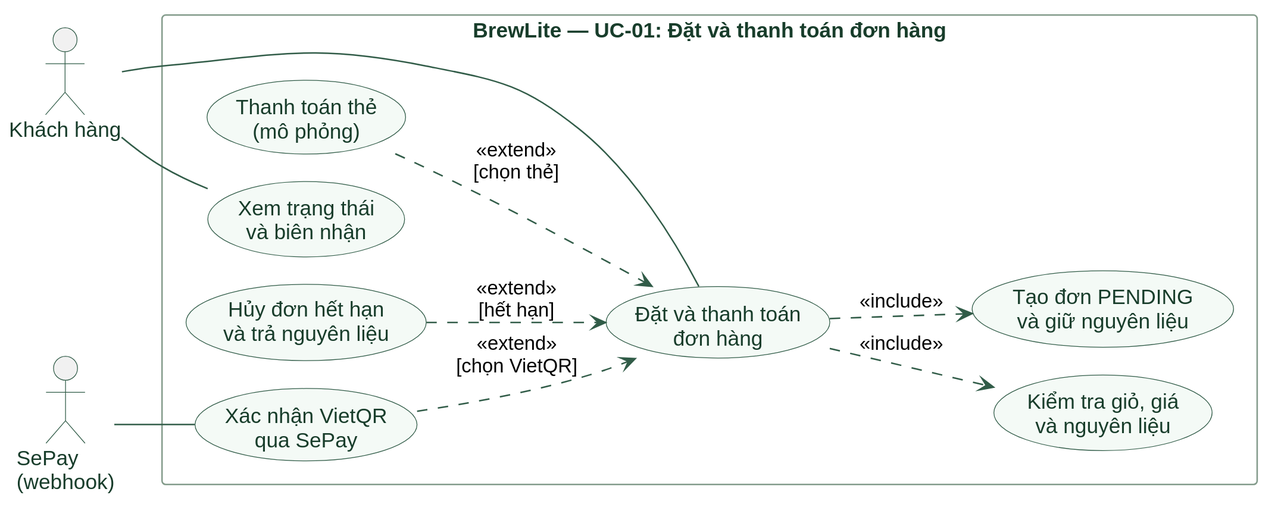
Earlier version of the PlantUML export docs/diagrams/uc01-order-checkout.svg (PhucTruong11/brewlite-assignment2). Source of this version:
```plantuml
@startuml
!pragma layout smetana
left to right direction
scale 1.8

skinparam backgroundColor white
skinparam shadowing false
skinparam defaultFontName Arial
skinparam ArrowColor #315C48
skinparam actor {
  FontColor #183D2B
  BorderColor #315C48
}
skinparam usecase {
  BackgroundColor #F4FAF6
  BorderColor #315C48
  FontColor #183D2B
}
skinparam rectangle {
  BackgroundColor white
  BorderColor #839B8B
  FontColor #183D2B
}

actor "Khách hàng" as Customer
actor "SePay\n(webhook)" as Sepay

rectangle "BrewLite — UC-01: Đặt và thanh toán đơn hàng" {
  usecase "Đặt và thanh toán\nđơn hàng" as UC
  usecase "Kiểm tra giỏ, giá\nvà nguyên liệu" as Validate
  usecase "Tạo đơn PENDING\nvà giữ nguyên liệu" as Create
  usecase "Thanh toán thẻ\n(mô phỏng)" as Card
  usecase "Xác nhận VietQR\nqua SePay" as QR
  usecase "Hủy đơn hết hạn\nvà trả nguyên liệu" as Expire
  usecase "Xem trạng thái\nvà biên nhận" as Receipt
}

Customer -- UC
Customer -- Receipt
Sepay -- QR

UC ..> Validate : <<include>>
UC ..> Create : <<include>>
Card ..> UC : <<extend>>\n[chọn thẻ]
QR ..> UC : <<extend>>\n[chọn VietQR]
Expire ..> UC : <<extend>>\n[hết hạn]
@enduml
```
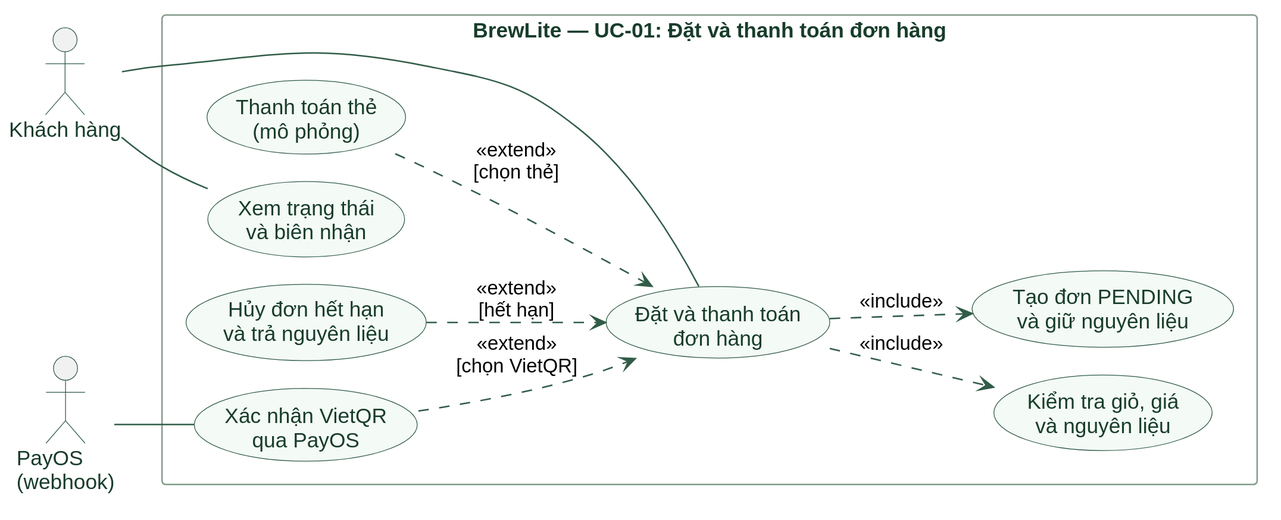
After the change.

The edit, as a diff of the source:
```diff
@@ -23,21 +23,21 @@
 }
 
 actor "Khách hàng" as Customer
-actor "SePay\n(webhook)" as Sepay
+actor "PayOS\n(webhook)" as PayOS
 
 rectangle "BrewLite — UC-01: Đặt và thanh toán đơn hàng" {
   usecase "Đặt và thanh toán\nđơn hàng" as UC
   usecase "Kiểm tra giỏ, giá\nvà nguyên liệu" as Validate
   usecase "Tạo đơn PENDING\nvà giữ nguyên liệu" as Create
   usecase "Thanh toán thẻ\n(mô phỏng)" as Card
-  usecase "Xác nhận VietQR\nqua SePay" as QR
+  usecase "Xác nhận VietQR\nqua PayOS" as QR
   usecase "Hủy đơn hết hạn\nvà trả nguyên liệu" as Expire
   usecase "Xem trạng thái\nvà biên nhận" as Receipt
 }
 
 Customer -- UC
 Customer -- Receipt
-Sepay -- QR
+PayOS -- QR
 
 UC ..> Validate : <<include>>
 UC ..> Create : <<include>>
```
